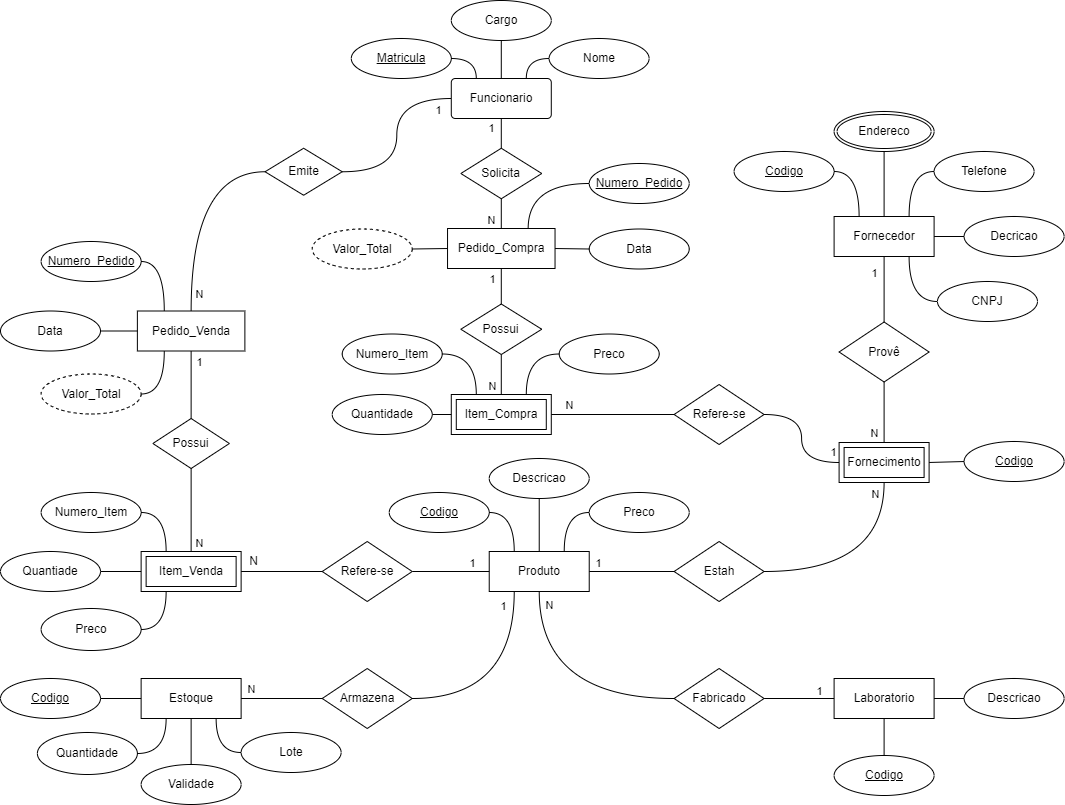
ICEI-PUCMinas-PSG-SI-TI/psg-si-2025-1-p3-tiapn-6818100-farmacia-popular keeps this draw.io diagram as docs/images/modelo-er.png. Above is the earlier version. Source tidied: cells renumbered, new cells last; positions are measured from the earlier drawing's top-left corner, leaving out a move shared by most shapes.
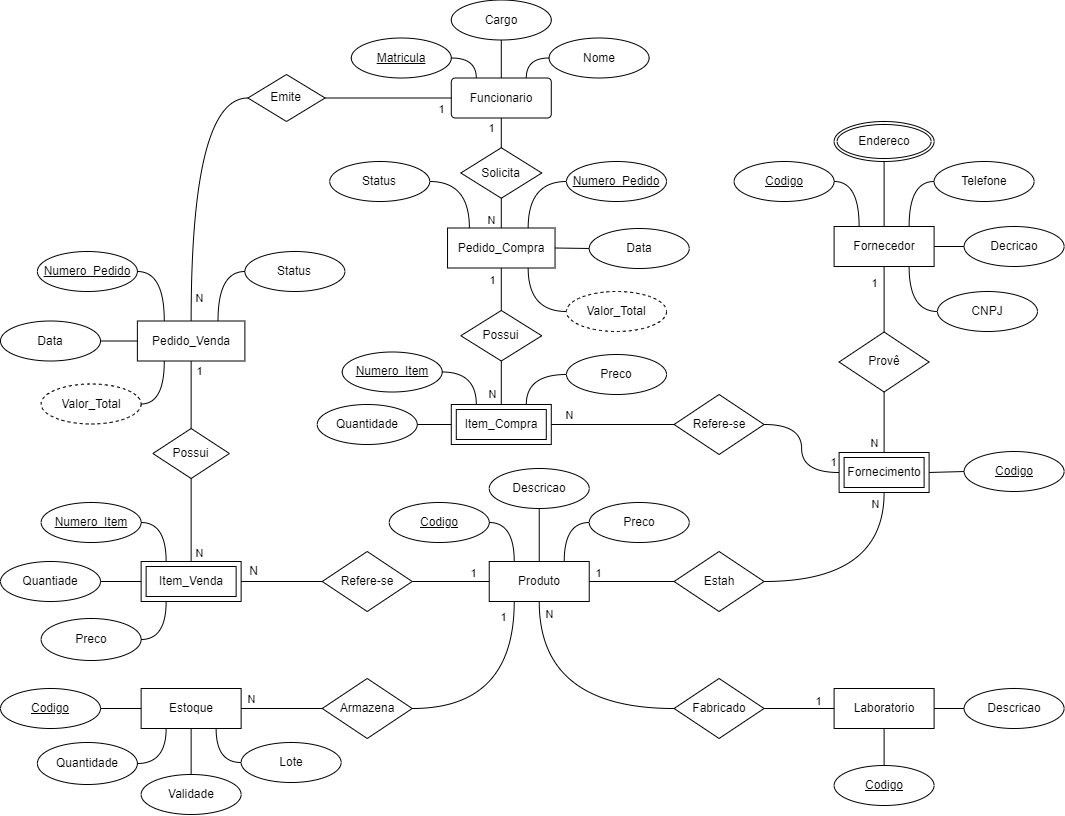
The same file after the commit.

Change to the diagram source:
```diff
@@ -3,16 +3,16 @@
     <mxCell id="0" />
     <mxCell id="1" parent="0" />
     <mxCell id="2" value="Funcionario" style="rounded=1;arcSize=10;whiteSpace=wrap;html=1;align=center;" parent="1" vertex="1">
-      <mxGeometry x="450.8" y="78" width="100" height="40" as="geometry" />
+      <mxGeometry x="450.8" y="67.5" width="100" height="40" as="geometry" />
     </mxCell>
     <mxCell id="3" value="Nome" style="ellipse;whiteSpace=wrap;html=1;align=center;" parent="1" vertex="1">
-      <mxGeometry x="548.6" y="38" width="100" height="40" as="geometry" />
+      <mxGeometry x="548.6" y="27.5" width="100" height="40" as="geometry" />
     </mxCell>
     <mxCell id="4" value="Cargo" style="ellipse;whiteSpace=wrap;html=1;align=center;" parent="1" vertex="1">
-      <mxGeometry x="450.8" width="100" height="40" as="geometry" />
+      <mxGeometry x="450.8" y="-10.5" width="100" height="40" as="geometry" />
     </mxCell>
     <mxCell id="5" value="Matricula" style="ellipse;whiteSpace=wrap;html=1;align=center;fontStyle=4;" parent="1" vertex="1">
-      <mxGeometry x="350.8" y="38" width="100" height="40" as="geometry" />
+      <mxGeometry x="350.8" y="27.5" width="100" height="40" as="geometry" />
     </mxCell>
     <mxCell id="6" value="Produto" style="whiteSpace=wrap;html=1;align=center;" parent="1" vertex="1">
       <mxGeometry x="488.7" y="551" width="100" height="40" as="geometry" />
@@ -44,7 +44,7 @@
     <mxCell id="15" style="endArrow=none;html=1;rounded=0;entryX=1;entryY=0.5;entryDx=0;entryDy=0;exitX=0.25;exitY=1;exitDx=0;exitDy=0;edgeStyle=orthogonalEdgeStyle;curved=1;" parent="1" edge="1" source="13" target="14">
       <mxGeometry relative="1" as="geometry" />
     </mxCell>
-    <mxCell id="16" value="Numero_Item" style="ellipse;whiteSpace=wrap;html=1;align=center;" parent="1" vertex="1">
+    <mxCell id="16" value="Numero_Item" style="ellipse;whiteSpace=wrap;html=1;align=center;fontStyle=4;" parent="1" vertex="1">
       <mxGeometry x="40.6" y="492" width="100" height="40" as="geometry" />
     </mxCell>
     <mxCell id="17" style="endArrow=none;html=1;rounded=0;edgeStyle=orthogonalEdgeStyle;curved=1;exitX=0.25;exitY=0;exitDx=0;exitDy=0;entryX=1;entryY=0.5;entryDx=0;entryDy=0;" parent="1" edge="1" source="25" target="16">
@@ -54,7 +54,7 @@
       <mxGeometry y="310.5" width="100" height="40" as="geometry" />
     </mxCell>
     <mxCell id="19" value="Numero_Pedido" style="ellipse;whiteSpace=wrap;html=1;align=center;fontStyle=4;" parent="1" vertex="1">
-      <mxGeometry x="40.6" y="241" width="100" height="40" as="geometry" />
+      <mxGeometry x="36.9" y="241" width="100" height="40" as="geometry" />
     </mxCell>
     <mxCell id="20" value="Possui" style="shape=rhombus;perimeter=rhombusPerimeter;whiteSpace=wrap;html=1;align=center;" parent="1" vertex="1">
       <mxGeometry x="152.4" y="418" width="76.6" height="50" as="geometry" />
@@ -143,7 +143,7 @@
       </mxGeometry>
     </mxCell>
     <mxCell id="46" value="Solicita" style="shape=rhombus;perimeter=rhombusPerimeter;whiteSpace=wrap;html=1;align=center;" parent="1" vertex="1">
-      <mxGeometry x="460.3" y="147.8" width="80.9" height="50.5" as="geometry" />
+      <mxGeometry x="460.3" y="137.2" width="80.9" height="50.5" as="geometry" />
     </mxCell>
     <mxCell id="47" style="endArrow=none;html=1;rounded=0;exitX=1;exitY=0.5;exitDx=0;exitDy=0;entryX=0;entryY=0.5;entryDx=0;entryDy=0;" parent="1" edge="1" source="12" target="11">
       <mxGeometry relative="1" as="geometry" />
@@ -165,7 +165,7 @@
       </mxGeometry>
     </mxCell>
     <mxCell id="52" value="Emite" style="shape=rhombus;perimeter=rhombusPerimeter;whiteSpace=wrap;html=1;align=center;" parent="1" vertex="1">
-      <mxGeometry x="264.5" y="147.8" width="77.2" height="47" as="geometry" />
+      <mxGeometry x="247.4" y="64" width="77.2" height="47" as="geometry" />
     </mxCell>
     <mxCell id="53" style="endArrow=none;html=1;rounded=0;entryX=0;entryY=0.5;entryDx=0;entryDy=0;exitX=1;exitY=0.5;exitDx=0;exitDy=0;edgeStyle=orthogonalEdgeStyle;curved=1;" parent="1" edge="1" source="52" target="2">
       <mxGeometry relative="1" as="geometry" />
@@ -198,28 +198,28 @@
       <mxGeometry relative="1" as="geometry" />
     </mxCell>
     <mxCell id="61" value="Pedido_Compra" style="whiteSpace=wrap;html=1;align=center;" parent="1" vertex="1">
-      <mxGeometry x="447" y="228" width="107.5" height="40" as="geometry" />
+      <mxGeometry x="447" y="217.5" width="107.5" height="40" as="geometry" />
     </mxCell>
     <mxCell id="62" value="Possui" style="shape=rhombus;perimeter=rhombusPerimeter;whiteSpace=wrap;html=1;align=center;" parent="1" vertex="1">
-      <mxGeometry x="460.3" y="303.5" width="80.9" height="50.5" as="geometry" />
+      <mxGeometry x="460.3" y="300" width="80.9" height="50.5" as="geometry" />
     </mxCell>
     <mxCell id="63" value="Item_Compra" style="shape=ext;margin=3;double=1;whiteSpace=wrap;html=1;align=center;" parent="1" vertex="1">
       <mxGeometry x="450.8" y="394" width="100" height="40" as="geometry" />
     </mxCell>
-    <mxCell id="64" value="Numero_Item" style="ellipse;whiteSpace=wrap;html=1;align=center;" parent="1" vertex="1">
-      <mxGeometry x="341.7" y="333.5" width="100" height="40" as="geometry" />
+    <mxCell id="64" value="Numero_Item" style="ellipse;whiteSpace=wrap;html=1;align=center;fontStyle=4;" parent="1" vertex="1">
+      <mxGeometry x="341.7" y="341.5" width="100" height="40" as="geometry" />
     </mxCell>
     <mxCell id="65" value="&lt;span style=&quot;color: rgb(0, 0, 0);&quot;&gt;Quantidade&lt;/span&gt;" style="ellipse;whiteSpace=wrap;html=1;align=center;" parent="1" vertex="1">
-      <mxGeometry x="331.7" y="394" width="100" height="40" as="geometry" />
+      <mxGeometry x="316.7" y="394" width="100" height="40" as="geometry" />
     </mxCell>
     <mxCell id="66" value="Numero_Pedido" style="ellipse;whiteSpace=wrap;html=1;align=center;fontStyle=4;" parent="1" vertex="1">
-      <mxGeometry x="588.7" y="163" width="100" height="40" as="geometry" />
+      <mxGeometry x="566" y="151" width="100" height="40" as="geometry" />
     </mxCell>
     <mxCell id="67" value="Data" style="ellipse;whiteSpace=wrap;html=1;align=center;" parent="1" vertex="1">
-      <mxGeometry x="588.7" y="228.5" width="100" height="40" as="geometry" />
+      <mxGeometry x="588.7" y="218" width="100" height="40" as="geometry" />
     </mxCell>
-    <mxCell id="68" value="Valor_Total" style="ellipse;whiteSpace=wrap;html=1;align=center;dashed=1;" parent="1" vertex="1">
-      <mxGeometry x="311.7" y="228.5" width="100" height="40" as="geometry" />
+    <mxCell id="68" value="Status" style="ellipse;whiteSpace=wrap;html=1;align=center;" parent="1" vertex="1">
+      <mxGeometry x="329.2" y="151" width="100" height="40" as="geometry" />
     </mxCell>
     <mxCell id="69" style="endArrow=none;html=1;rounded=0;exitX=1;exitY=0.5;exitDx=0;exitDy=0;entryX=0.25;entryY=0;entryDx=0;entryDy=0;edgeStyle=orthogonalEdgeStyle;curved=1;" parent="1" edge="1" source="5" target="2">
       <mxGeometry relative="1" as="geometry" />
@@ -238,7 +238,7 @@
         <mxPoint x="-8" as="offset" />
       </mxGeometry>
     </mxCell>
-    <mxCell id="74" style="endArrow=none;html=1;rounded=0;exitX=1;exitY=0.5;exitDx=0;exitDy=0;entryX=0;entryY=0.5;entryDx=0;entryDy=0;" parent="1" edge="1" source="68" target="61">
+    <mxCell id="74" style="endArrow=none;html=1;rounded=0;exitX=1;exitY=0.5;exitDx=0;exitDy=0;entryX=0.203;entryY=-0.008;entryDx=0;entryDy=0;edgeStyle=orthogonalEdgeStyle;curved=1;entryPerimeter=0;" parent="1" edge="1" source="68" target="61">
       <mxGeometry relative="1" as="geometry" />
     </mxCell>
     <mxCell id="75" style="endArrow=none;html=1;rounded=0;entryX=0;entryY=0.5;entryDx=0;entryDy=0;exitX=1;exitY=0.5;exitDx=0;exitDy=0;" parent="1" edge="1" source="61" target="67">
@@ -270,7 +270,7 @@
       <mxGeometry relative="1" as="geometry" />
     </mxCell>
     <mxCell id="83" value="Preco" style="ellipse;whiteSpace=wrap;html=1;align=center;" parent="1" vertex="1">
-      <mxGeometry x="558.7" y="333.5" width="100" height="40" as="geometry" />
+      <mxGeometry x="566" y="344" width="100" height="40" as="geometry" />
     </mxCell>
     <mxCell id="84" value="Fabricado" style="shape=rhombus;perimeter=rhombusPerimeter;whiteSpace=wrap;html=1;align=center;" parent="1" vertex="1">
       <mxGeometry x="673.6" y="668" width="90" height="60" as="geometry" />
@@ -402,5 +402,17 @@
     <mxCell id="121" style="endArrow=none;html=1;rounded=0;entryX=0;entryY=0.5;entryDx=0;entryDy=0;exitX=0.75;exitY=1;exitDx=0;exitDy=0;edgeStyle=orthogonalEdgeStyle;curved=1;" parent="1" edge="1" source="11" target="120">
       <mxGeometry relative="1" as="geometry" />
     </mxCell>
+    <mxCell id="122" value="Valor_Total" style="ellipse;whiteSpace=wrap;html=1;align=center;dashed=1;" parent="1" vertex="1">
+      <mxGeometry x="566" y="281" width="100" height="40" as="geometry" />
+    </mxCell>
+    <mxCell id="123" style="endArrow=none;html=1;rounded=0;entryX=0;entryY=0.5;entryDx=0;entryDy=0;exitX=0.75;exitY=1;exitDx=0;exitDy=0;edgeStyle=orthogonalEdgeStyle;curved=1;" parent="1" edge="1" source="61" target="122">
+      <mxGeometry relative="1" as="geometry" />
+    </mxCell>
+    <mxCell id="124" value="Status" style="ellipse;whiteSpace=wrap;html=1;align=center;" parent="1" vertex="1">
+      <mxGeometry x="244.4" y="241" width="100" height="40" as="geometry" />
+    </mxCell>
+    <mxCell id="125" style="endArrow=none;html=1;rounded=0;exitX=0.75;exitY=0;exitDx=0;exitDy=0;entryX=0;entryY=0.5;entryDx=0;entryDy=0;edgeStyle=orthogonalEdgeStyle;curved=1;" parent="1" edge="1" source="13" target="124">
+      <mxGeometry relative="1" as="geometry" />
+    </mxCell>
   </root>
 </mxGraphModel>
```
